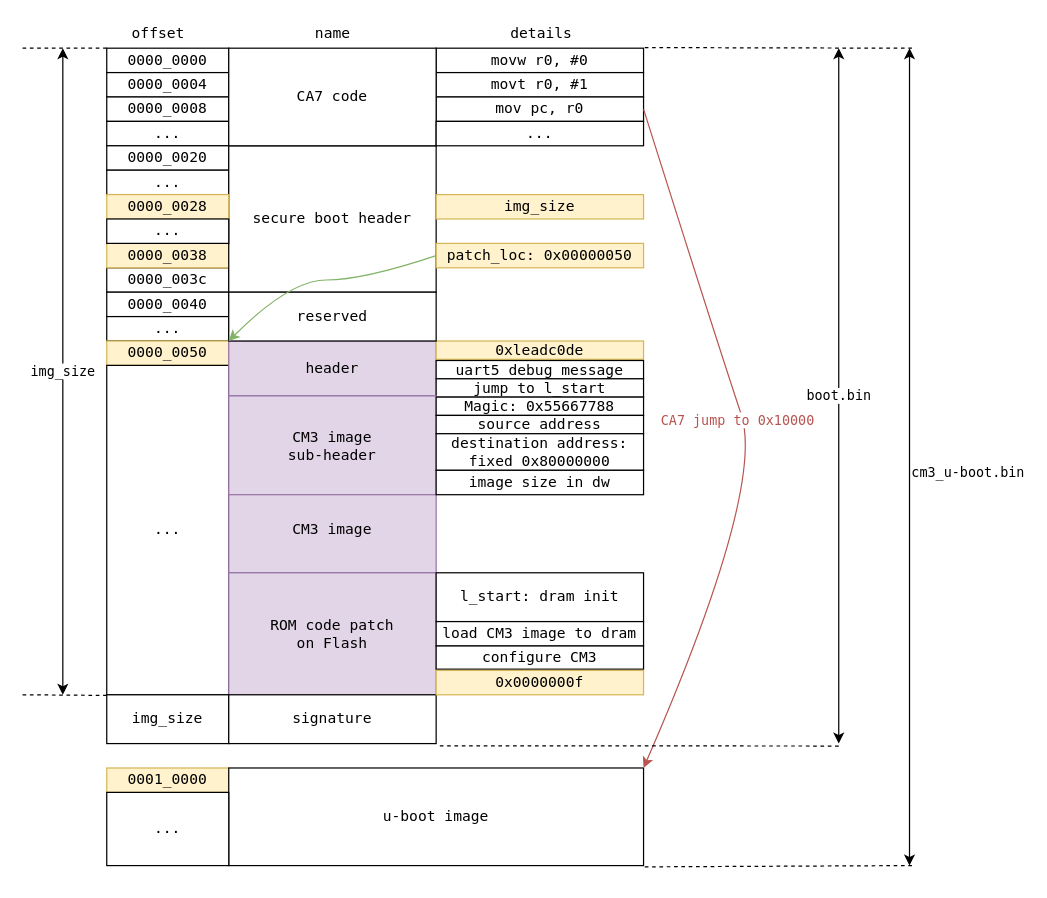
Above: page "Flash" (1 of 3) of doc/ast2605_cm3boot.drawio in AspeedTech-BMC/rom-patcher (draw.io), before the change. Source tidied: cells renumbered, new cells numbered last; positions are measured from the earlier drawing's top-left corner, leaving out a move shared by most shapes. Both pictures are drawn from the tidied source at 122%, with x=0, y=0 at pixel (21, 21).
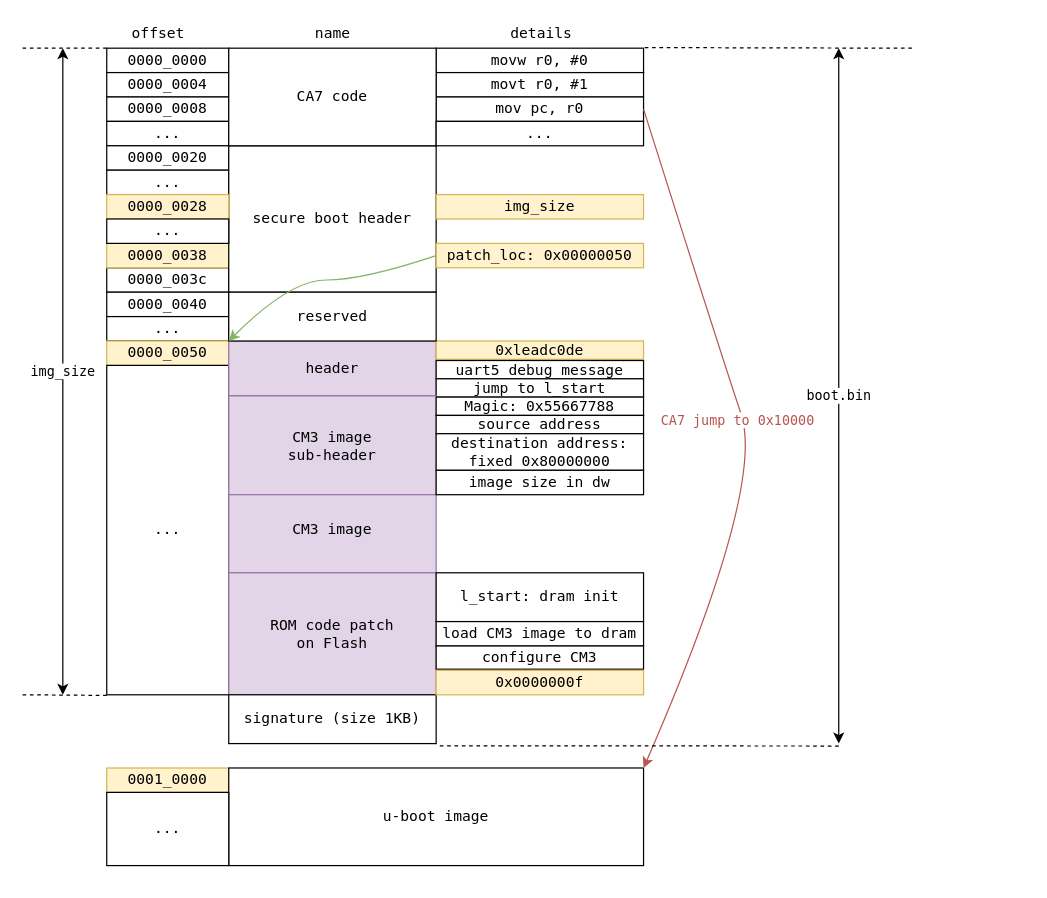
The same diagram, later.

Unchanged cells that the change refers to:
```xml
<mxCell id="36" value="u-boot image" style="rounded=0;whiteSpace=wrap;html=1;fontFamily=Lucida Console;" parent="1" vertex="1">
  <mxGeometry x="170" y="612" width="340" height="80" as="geometry" />
</mxCell>
```

The edit, as a diff of the source:
```diff
@@
-    <mxCell id="34" value="img_size" style="rounded=0;whiteSpace=wrap;html=1;fontFamily=Lucida Console;" parent="1" vertex="1">
-      <mxGeometry x="70" y="552" width="100" height="40" as="geometry" />
-    </mxCell>
@@
-    <mxCell id="44" value="signature" style="rounded=0;whiteSpace=wrap;html=1;fontFamily=Lucida Console;" parent="1" vertex="1">
+    <mxCell id="44" value="signature (size 1KB)" style="rounded=0;whiteSpace=wrap;html=1;fontFamily=Lucida Console;" parent="1" vertex="1">
       <mxGeometry x="170" y="552" width="170" height="40" as="geometry" />
     </mxCell>
@@
-    <mxCell id="52" value="cm3_u-boot.bin" style="endArrow=classic;startArrow=classic;html=1;fontFamily=Lucida Console;labelPosition=right;verticalLabelPosition=bottom;align=left;verticalAlign=top;" parent="1" edge="1">
-      <mxGeometry relative="1" as="geometry">
-        <mxPoint x="728" y="692" as="sourcePoint" />
-        <mxPoint x="728" y="22" as="targetPoint" />
-      </mxGeometry>
-    </mxCell>
@@
-    <mxCell id="54" style="endArrow=none;dashed=1;html=1;entryX=1.003;entryY=1.013;entryDx=0;entryDy=0;entryPerimeter=0;" parent="1" edge="1" target="36">
-      <mxGeometry relative="1" as="geometry">
-        <mxPoint x="730" y="692" as="sourcePoint" />
-      </mxGeometry>
-    </mxCell>
```
